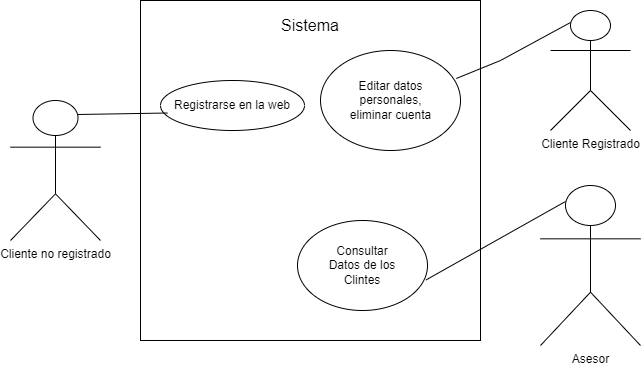
This is Proyecto en REM/image/CU01-clientes.png from TheNeoStormZ/super-REMORY, a draw.io export, as it was before one commit. Source tidied: cells renumbered, new cells last; positions are measured from the earlier drawing's top-left corner, leaving out a move shared by most shapes. Source of this version:
```xml
<mxGraphModel>
  <root>
    <mxCell id="0" />
    <mxCell id="1" parent="0" />
    <mxCell id="2" style="whiteSpace=wrap;html=1;" parent="1" vertex="1">
      <mxGeometry x="130" width="340" height="340" as="geometry" />
    </mxCell>
    <mxCell id="3" value="&lt;font style=&quot;font-size: 16px&quot;&gt;Sistema&lt;/font&gt;" style="text;html=1;strokeColor=none;fillColor=none;align=center;verticalAlign=middle;whiteSpace=wrap;rounded=0;" parent="1" vertex="1">
      <mxGeometry x="270" y="10" width="60" height="30" as="geometry" />
    </mxCell>
    <mxCell id="4" value="Asesor" style="shape=umlActor;verticalLabelPosition=bottom;verticalAlign=top;html=1;outlineConnect=0;" parent="1" vertex="1">
      <mxGeometry x="530" y="185" width="100" height="160" as="geometry" />
    </mxCell>
    <mxCell id="5" value="Cliente no registrado" style="shape=umlActor;verticalLabelPosition=bottom;verticalAlign=top;html=1;outlineConnect=0;" parent="1" vertex="1">
      <mxGeometry y="100" width="90" height="140" as="geometry" />
    </mxCell>
    <mxCell id="6" style="ellipse;whiteSpace=wrap;html=1;" parent="1" vertex="1">
      <mxGeometry x="150" y="80" width="144" height="50" as="geometry" />
    </mxCell>
    <mxCell id="7" value="Registrarse en la web" style="text;html=1;strokeColor=none;fillColor=none;align=center;verticalAlign=middle;whiteSpace=wrap;rounded=0;" parent="1" vertex="1">
      <mxGeometry x="157" y="90" width="130" height="30" as="geometry" />
    </mxCell>
    <mxCell id="8" style="ellipse;whiteSpace=wrap;html=1;" parent="1" vertex="1">
      <mxGeometry x="287" y="220" width="130" height="90" as="geometry" />
    </mxCell>
    <mxCell id="9" style="endArrow=none;html=1;rounded=0;entryX=0;entryY=0.75;entryDx=0;entryDy=0;exitX=0.75;exitY=0.1;exitDx=0;exitDy=0;exitPerimeter=0;" parent="1" edge="1" source="5" target="7">
      <mxGeometry relative="1" as="geometry" />
    </mxCell>
    <mxCell id="10" style="endArrow=none;html=1;rounded=0;exitX=0.989;exitY=0.66;exitDx=0;exitDy=0;exitPerimeter=0;entryX=0.25;entryY=0.1;entryDx=0;entryDy=0;entryPerimeter=0;" parent="1" edge="1" source="8" target="4">
      <mxGeometry relative="1" as="geometry" />
    </mxCell>
    <mxCell id="11" value="Consultar Datos de los Clintes" style="text;html=1;strokeColor=none;fillColor=none;align=center;verticalAlign=middle;whiteSpace=wrap;rounded=0;" parent="1" vertex="1">
      <mxGeometry x="313" y="250" width="78" height="30" as="geometry" />
    </mxCell>
    <mxCell id="12" value="Cliente Registrado" style="shape=umlActor;verticalLabelPosition=bottom;verticalAlign=top;html=1;outlineConnect=0;" parent="1" vertex="1">
      <mxGeometry x="540" y="10" width="80" height="120" as="geometry" />
    </mxCell>
    <mxCell id="13" style="ellipse;whiteSpace=wrap;html=1;" parent="1" vertex="1">
      <mxGeometry x="310" y="50" width="140" height="100" as="geometry" />
    </mxCell>
    <mxCell id="14" value="&lt;div&gt;Editar datos personales,&lt;/div&gt;&lt;div&gt;eliminar cuenta&lt;br&gt;&lt;/div&gt;" style="text;html=1;strokeColor=none;fillColor=none;align=center;verticalAlign=middle;whiteSpace=wrap;rounded=0;" parent="1" vertex="1">
      <mxGeometry x="332.5" y="75" width="95" height="50" as="geometry" />
    </mxCell>
    <mxCell id="15" style="endArrow=none;html=1;rounded=0;entryX=0.25;entryY=0.1;entryDx=0;entryDy=0;entryPerimeter=0;exitX=0.97;exitY=0.28;exitDx=0;exitDy=0;exitPerimeter=0;" parent="1" edge="1" source="13" target="12">
      <mxGeometry relative="1" as="geometry">
        <Array as="points">
          <mxPoint x="490" y="60" />
        </Array>
      </mxGeometry>
    </mxCell>
  </root>
</mxGraphModel>
```
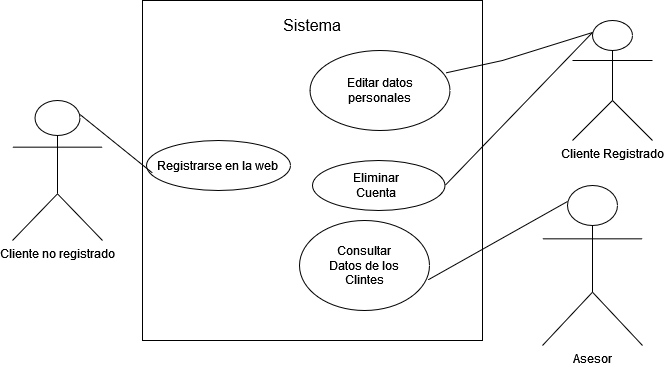
After the commit.

The edit, as a diff of the source:
```diff
@@ -14,11 +14,11 @@
     <mxCell id="5" value="Cliente no registrado" style="shape=umlActor;verticalLabelPosition=bottom;verticalAlign=top;html=1;outlineConnect=0;" parent="1" vertex="1">
       <mxGeometry y="100" width="90" height="140" as="geometry" />
     </mxCell>
-    <mxCell id="6" style="ellipse;whiteSpace=wrap;html=1;" parent="1" vertex="1">
-      <mxGeometry x="150" y="80" width="144" height="50" as="geometry" />
-    </mxCell>
+    <mxCell id="16" style="ellipse;whiteSpace=wrap;html=1;" parent="1" vertex="1">
+      <mxGeometry x="134" y="140" width="144" height="50" as="geometry" />
+    </mxCell>
     <mxCell id="7" value="Registrarse en la web" style="text;html=1;strokeColor=none;fillColor=none;align=center;verticalAlign=middle;whiteSpace=wrap;rounded=0;" parent="1" vertex="1">
-      <mxGeometry x="157" y="90" width="130" height="30" as="geometry" />
+      <mxGeometry x="140" y="150" width="130" height="30" as="geometry" />
     </mxCell>
     <mxCell id="8" style="ellipse;whiteSpace=wrap;html=1;" parent="1" vertex="1">
       <mxGeometry x="287" y="220" width="130" height="90" as="geometry" />
@@ -33,20 +33,29 @@
       <mxGeometry x="313" y="250" width="78" height="30" as="geometry" />
     </mxCell>
     <mxCell id="12" value="Cliente Registrado" style="shape=umlActor;verticalLabelPosition=bottom;verticalAlign=top;html=1;outlineConnect=0;" parent="1" vertex="1">
-      <mxGeometry x="540" y="10" width="80" height="120" as="geometry" />
+      <mxGeometry x="560" y="20" width="80" height="120" as="geometry" />
     </mxCell>
-    <mxCell id="13" style="ellipse;whiteSpace=wrap;html=1;" parent="1" vertex="1">
-      <mxGeometry x="310" y="50" width="140" height="100" as="geometry" />
-    </mxCell>
-    <mxCell id="14" value="&lt;div&gt;Editar datos personales,&lt;/div&gt;&lt;div&gt;eliminar cuenta&lt;br&gt;&lt;/div&gt;" style="text;html=1;strokeColor=none;fillColor=none;align=center;verticalAlign=middle;whiteSpace=wrap;rounded=0;" parent="1" vertex="1">
-      <mxGeometry x="332.5" y="75" width="95" height="50" as="geometry" />
-    </mxCell>
-    <mxCell id="15" style="endArrow=none;html=1;rounded=0;entryX=0.25;entryY=0.1;entryDx=0;entryDy=0;entryPerimeter=0;exitX=0.97;exitY=0.28;exitDx=0;exitDy=0;exitPerimeter=0;" parent="1" edge="1" source="13" target="12">
-      <mxGeometry relative="1" as="geometry">
-        <Array as="points">
-          <mxPoint x="490" y="60" />
-        </Array>
-      </mxGeometry>
-    </mxCell>
+    <mxCell id="17" style="ellipse;whiteSpace=wrap;html=1;" parent="1" vertex="1">
+      <mxGeometry x="297.5" y="50" width="140" height="80" as="geometry" />
+    </mxCell>
+    <mxCell id="18" value="&lt;div&gt;Editar datos personales&lt;/div&gt;" style="text;html=1;strokeColor=none;fillColor=none;align=center;verticalAlign=middle;whiteSpace=wrap;rounded=0;" parent="1" vertex="1">
+      <mxGeometry x="320" y="65" width="95" height="50" as="geometry" />
+    </mxCell>
+    <mxCell id="19" style="endArrow=none;html=1;rounded=0;entryX=0.25;entryY=0.1;entryDx=0;entryDy=0;entryPerimeter=0;exitX=0.97;exitY=0.28;exitDx=0;exitDy=0;exitPerimeter=0;" parent="1" edge="1" source="17" target="12">
+      <mxGeometry relative="1" as="geometry">
+        <Array as="points">
+          <mxPoint x="490" y="60" />
+        </Array>
+      </mxGeometry>
+    </mxCell>
+    <mxCell id="20" style="ellipse;whiteSpace=wrap;html=1;" parent="1" vertex="1">
+      <mxGeometry x="300" y="160" width="132.5" height="50" as="geometry" />
+    </mxCell>
+    <mxCell id="21" value="Eliminar Cuenta" style="text;html=1;strokeColor=none;fillColor=none;align=center;verticalAlign=middle;whiteSpace=wrap;rounded=0;" parent="1" vertex="1">
+      <mxGeometry x="334.2" y="170" width="60" height="30" as="geometry" />
+    </mxCell>
+    <mxCell id="22" style="endArrow=none;html=1;rounded=0;entryX=0.25;entryY=0.1;entryDx=0;entryDy=0;entryPerimeter=0;exitX=1;exitY=0.5;exitDx=0;exitDy=0;" parent="1" edge="1" source="20" target="12">
+      <mxGeometry relative="1" as="geometry" />
+    </mxCell>
   </root>
 </mxGraphModel>
```
